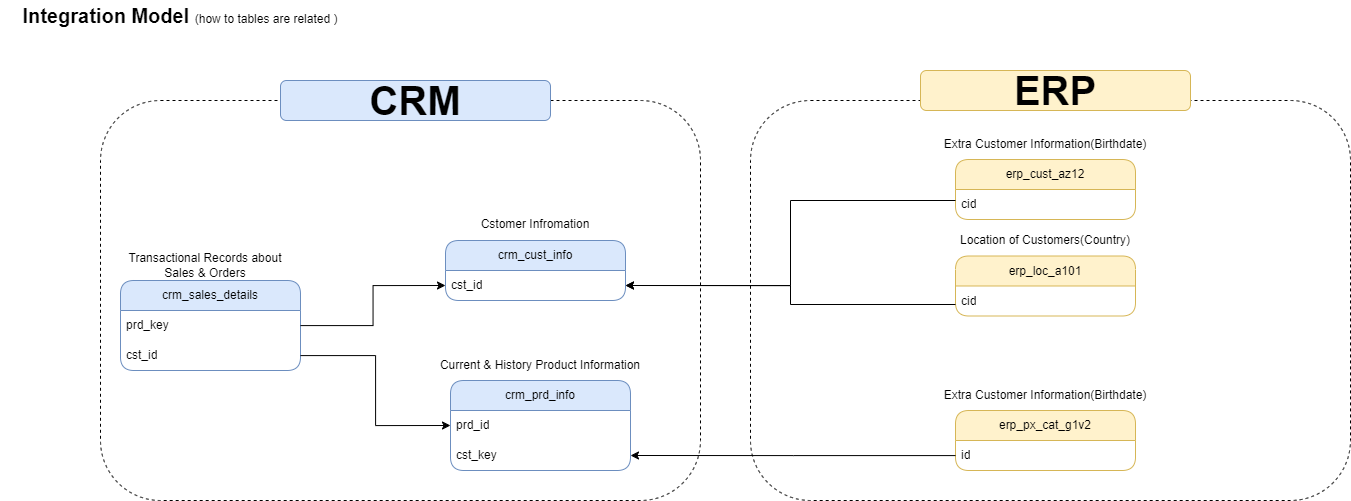
yrehim7/data_warehouse_project keeps this draw.io diagram as desgins/integration model.png. Above is the earlier version. Source tidied: cells renumbered, new cells last; positions are measured from the earlier drawing's top-left corner, leaving out a move shared by most shapes.
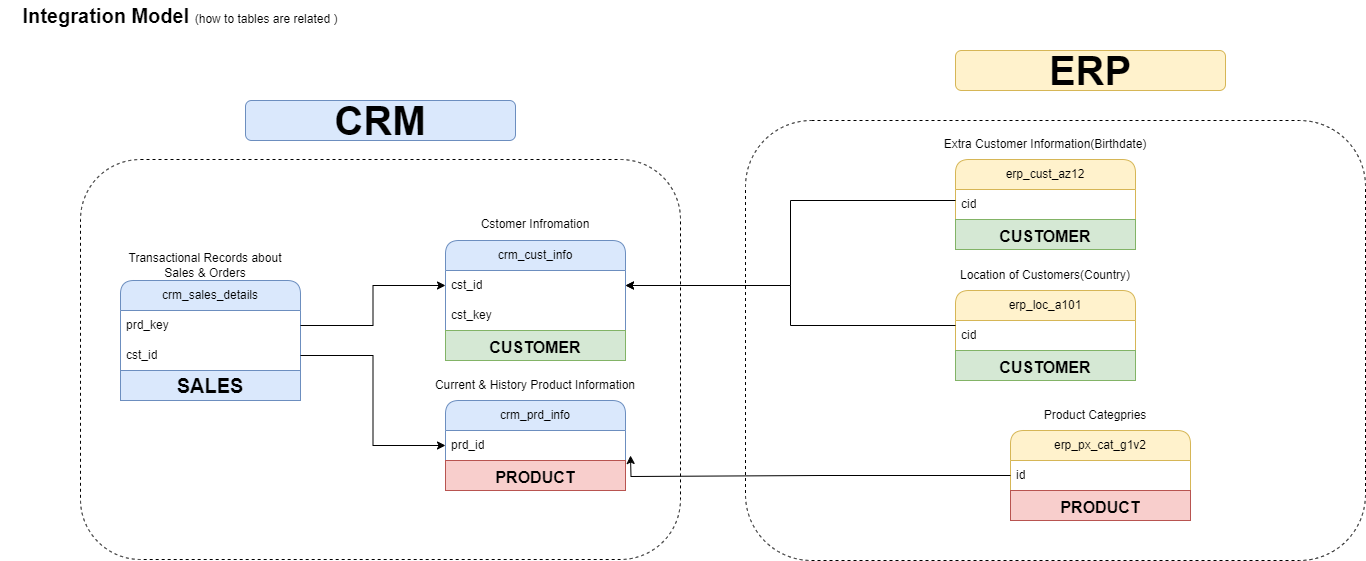
Later version of the same file.

Diff of the diagram source:
```diff
@@ -6,28 +6,34 @@
       <mxGeometry width="360" height="30" as="geometry" />
     </mxCell>
     <mxCell id="3" value="crm_cust_info" style="swimlane;fontStyle=0;horizontal=1;startSize=30;whiteSpace=wrap;html=1;rounded=1;swimlaneLine=1;fillColor=#dae8fc;strokeColor=#6c8ebf;" parent="1" vertex="1">
-      <mxGeometry x="445" y="240" width="180" height="60" as="geometry" />
+      <mxGeometry x="445" y="240" width="180" height="120" as="geometry" />
     </mxCell>
     <mxCell id="4" value="cst_id" style="text;strokeColor=none;fillColor=none;align=left;verticalAlign=middle;spacingLeft=4;spacingRight=4;overflow=hidden;points=[[0,0.5],[1,0.5]];portConstraint=eastwest;whiteSpace=wrap;html=1;" parent="3" vertex="1">
       <mxGeometry y="30" width="180" height="30" as="geometry" />
     </mxCell>
+    <mxCell id="8" value="cst_key" style="text;strokeColor=none;fillColor=none;align=left;verticalAlign=middle;spacingLeft=4;spacingRight=4;overflow=hidden;whiteSpace=wrap;html=1;" parent="3" vertex="1">
+      <mxGeometry y="60" width="180" height="30" as="geometry" />
+    </mxCell>
+    <mxCell id="32" value="&lt;b&gt;&lt;font style=&quot;font-size: 16px;&quot;&gt;CUSTOMER&lt;/font&gt;&lt;/b&gt;" style="text;html=1;strokeColor=#82b366;fillColor=#d5e8d4;align=center;verticalAlign=middle;whiteSpace=wrap;overflow=hidden;fontSize=20;" parent="3" vertex="1">
+      <mxGeometry y="90" width="180" height="30" as="geometry" />
+    </mxCell>
     <mxCell id="5" value="Cstomer Infromation" style="text;html=1;align=center;verticalAlign=middle;whiteSpace=wrap;rounded=0;" parent="1" vertex="1">
       <mxGeometry x="450" y="209" width="170" height="30" as="geometry" />
     </mxCell>
     <mxCell id="6" value="crm_prd_info" style="swimlane;fontStyle=0;horizontal=1;startSize=30;whiteSpace=wrap;html=1;rounded=1;swimlaneLine=1;fillColor=#dae8fc;strokeColor=#6c8ebf;" parent="1" vertex="1">
-      <mxGeometry x="450" y="380" width="180" height="90" as="geometry" />
+      <mxGeometry x="445" y="400" width="180" height="90" as="geometry" />
     </mxCell>
     <mxCell id="7" value="prd_id" style="text;strokeColor=none;fillColor=none;align=left;verticalAlign=middle;spacingLeft=4;spacingRight=4;overflow=hidden;points=[[0,0.5],[1,0.5]];portConstraint=eastwest;whiteSpace=wrap;html=1;" parent="6" vertex="1">
       <mxGeometry y="30" width="180" height="30" as="geometry" />
     </mxCell>
-    <mxCell id="8" value="cst_key" style="text;strokeColor=none;fillColor=none;align=left;verticalAlign=middle;spacingLeft=4;spacingRight=4;overflow=hidden;whiteSpace=wrap;html=1;" parent="6" vertex="1">
-      <mxGeometry y="60" width="180" height="30" as="geometry" />
-    </mxCell>
+    <mxCell id="33" value="&lt;b&gt;&lt;font style=&quot;font-size: 16px;&quot;&gt;PRODUCT&lt;/font&gt;&lt;/b&gt;" style="text;html=1;strokeColor=#b85450;fillColor=#f8cecc;align=center;verticalAlign=middle;whiteSpace=wrap;overflow=hidden;fontSize=20;" parent="6" vertex="1">
+      <mxGeometry y="60" width="180" height="30" as="geometry" />
+    </mxCell>
     <mxCell id="9" value="Current &amp;amp; History Product Information" style="text;html=1;align=center;verticalAlign=middle;whiteSpace=wrap;rounded=0;" parent="1" vertex="1">
-      <mxGeometry x="435" y="350" width="210" height="30" as="geometry" />
+      <mxGeometry x="430" y="370" width="210" height="30" as="geometry" />
     </mxCell>
     <mxCell id="10" value="crm_sales_details" style="swimlane;fontStyle=0;horizontal=1;startSize=30;whiteSpace=wrap;html=1;rounded=1;swimlaneLine=1;fillColor=#dae8fc;strokeColor=#6c8ebf;" parent="1" vertex="1">
-      <mxGeometry x="120" y="280" width="180" height="90" as="geometry" />
+      <mxGeometry x="120" y="280" width="180" height="120" as="geometry" />
     </mxCell>
     <mxCell id="11" value="prd_key" style="text;strokeColor=none;fillColor=none;align=left;verticalAlign=middle;spacingLeft=4;spacingRight=4;overflow=hidden;points=[[0,0.5],[1,0.5]];portConstraint=eastwest;whiteSpace=wrap;html=1;" parent="10" vertex="1">
       <mxGeometry y="30" width="180" height="30" as="geometry" />
@@ -35,6 +41,9 @@
     <mxCell id="12" value="cst_id" style="text;strokeColor=none;fillColor=none;align=left;verticalAlign=middle;spacingLeft=4;spacingRight=4;overflow=hidden;points=[[0,0.5],[1,0.5]];portConstraint=eastwest;whiteSpace=wrap;html=1;" parent="10" vertex="1">
       <mxGeometry y="60" width="180" height="30" as="geometry" />
     </mxCell>
+    <mxCell id="34" value="&lt;b&gt;SALES&lt;/b&gt;" style="text;html=1;strokeColor=#6c8ebf;fillColor=#dae8fc;align=center;verticalAlign=middle;whiteSpace=wrap;overflow=hidden;fontSize=20;" parent="10" vertex="1">
+      <mxGeometry y="90" width="180" height="30" as="geometry" />
+    </mxCell>
     <mxCell id="13" value="Transactional Records about Sales &amp;amp; Orders" style="text;html=1;align=center;verticalAlign=middle;whiteSpace=wrap;rounded=0;" parent="1" vertex="1">
       <mxGeometry x="120" y="250" width="170" height="30" as="geometry" />
     </mxCell>
@@ -45,11 +54,14 @@
       <mxGeometry relative="1" as="geometry" />
     </mxCell>
     <mxCell id="16" value="erp_cust_az12" style="swimlane;fontStyle=0;horizontal=1;startSize=30;whiteSpace=wrap;html=1;rounded=1;swimlaneLine=1;fillColor=#fff2cc;strokeColor=#d6b656;" parent="1" vertex="1">
-      <mxGeometry x="955" y="159" width="180" height="60" as="geometry" />
+      <mxGeometry x="955" y="159" width="180" height="90" as="geometry" />
     </mxCell>
     <mxCell id="17" value="cid" style="text;strokeColor=none;fillColor=none;align=left;verticalAlign=middle;spacingLeft=4;spacingRight=4;overflow=hidden;points=[[0,0.5],[1,0.5]];portConstraint=eastwest;whiteSpace=wrap;html=1;" parent="16" vertex="1">
       <mxGeometry y="30" width="180" height="30" as="geometry" />
     </mxCell>
+    <mxCell id="35" value="&lt;b&gt;&lt;font style=&quot;font-size: 16px;&quot;&gt;CUSTOMER&lt;/font&gt;&lt;/b&gt;" style="text;html=1;strokeColor=#82b366;fillColor=#d5e8d4;align=center;verticalAlign=middle;whiteSpace=wrap;overflow=hidden;fontSize=20;" parent="16" vertex="1">
+      <mxGeometry y="60" width="180" height="30" as="geometry" />
+    </mxCell>
     <mxCell id="18" style="edgeStyle=orthogonalEdgeStyle;rounded=0;jettySize=auto;html=1;entryX=1;entryY=0.5;entryDx=0;entryDy=0;" parent="1" edge="1" source="17" target="4">
       <mxGeometry relative="1" as="geometry">
         <Array as="points">
@@ -62,22 +74,28 @@
       <mxGeometry x="940" y="129" width="210" height="30" as="geometry" />
     </mxCell>
     <mxCell id="20" value="erp_loc_a101" style="swimlane;fontStyle=0;horizontal=1;startSize=30;whiteSpace=wrap;html=1;rounded=1;swimlaneLine=1;fillColor=#fff2cc;strokeColor=#d6b656;" parent="1" vertex="1">
-      <mxGeometry x="955" y="255.5" width="180" height="60" as="geometry" />
+      <mxGeometry x="955" y="290" width="180" height="90" as="geometry" />
     </mxCell>
     <mxCell id="21" value="cid" style="text;strokeColor=none;fillColor=none;align=left;verticalAlign=middle;spacingLeft=4;spacingRight=4;overflow=hidden;points=[[0,0.5],[1,0.5]];portConstraint=eastwest;whiteSpace=wrap;html=1;" parent="20" vertex="1">
       <mxGeometry y="30" width="180" height="30" as="geometry" />
     </mxCell>
+    <mxCell id="36" value="&lt;b&gt;&lt;font style=&quot;font-size: 16px;&quot;&gt;CUSTOMER&lt;/font&gt;&lt;/b&gt;" style="text;html=1;strokeColor=#82b366;fillColor=#d5e8d4;align=center;verticalAlign=middle;whiteSpace=wrap;overflow=hidden;fontSize=20;" parent="20" vertex="1">
+      <mxGeometry y="60" width="180" height="30" as="geometry" />
+    </mxCell>
     <mxCell id="22" value="Location of Customers(Country)" style="text;html=1;align=center;verticalAlign=middle;whiteSpace=wrap;rounded=0;" parent="1" vertex="1">
-      <mxGeometry x="940" y="224.5" width="210" height="30" as="geometry" />
+      <mxGeometry x="940" y="260" width="210" height="30" as="geometry" />
     </mxCell>
     <mxCell id="23" value="erp_px_cat_g1v2" style="swimlane;fontStyle=0;horizontal=1;startSize=30;whiteSpace=wrap;html=1;rounded=1;swimlaneLine=1;fillColor=#fff2cc;strokeColor=#d6b656;" parent="1" vertex="1">
-      <mxGeometry x="955" y="410" width="180" height="60" as="geometry" />
+      <mxGeometry x="1010" y="430" width="180" height="90" as="geometry" />
     </mxCell>
     <mxCell id="24" value="id" style="text;strokeColor=none;fillColor=none;align=left;verticalAlign=middle;spacingLeft=4;spacingRight=4;overflow=hidden;points=[[0,0.5],[1,0.5]];portConstraint=eastwest;whiteSpace=wrap;html=1;" parent="23" vertex="1">
       <mxGeometry y="30" width="180" height="30" as="geometry" />
     </mxCell>
+    <mxCell id="37" value="&lt;b&gt;&lt;font style=&quot;font-size: 16px;&quot;&gt;PRODUCT&lt;/font&gt;&lt;/b&gt;" style="text;html=1;strokeColor=#b85450;fillColor=#f8cecc;align=center;verticalAlign=middle;whiteSpace=wrap;overflow=hidden;fontSize=20;" parent="23" vertex="1">
+      <mxGeometry y="60" width="180" height="30" as="geometry" />
+    </mxCell>
-    <mxCell id="25" value="Extra Customer Information(Birthdate)" style="text;html=1;align=center;verticalAlign=middle;whiteSpace=wrap;rounded=0;" parent="1" vertex="1">
-      <mxGeometry x="940" y="380" width="210" height="30" as="geometry" />
+    <mxCell id="25" value="Product Categpries" style="text;html=1;align=center;verticalAlign=middle;whiteSpace=wrap;rounded=0;" parent="1" vertex="1">
+      <mxGeometry x="990" y="400" width="210" height="30" as="geometry" />
     </mxCell>
     <mxCell id="26" style="edgeStyle=orthogonalEdgeStyle;rounded=0;jettySize=auto;html=1;entryX=1;entryY=0.5;entryDx=0;entryDy=0;" parent="1" edge="1" source="24">
       <mxGeometry relative="1" as="geometry">
@@ -85,24 +103,24 @@
       </mxGeometry>
     </mxCell>
     <mxCell id="27" style="rounded=1;whiteSpace=wrap;html=1;fillColor=none;dashed=1;" parent="1" vertex="1">
-      <mxGeometry x="100" y="100" width="600" height="400" as="geometry" />
+      <mxGeometry x="80" y="159" width="600" height="400" as="geometry" />
     </mxCell>
     <mxCell id="28" value="&lt;font style=&quot;font-size: 40px;&quot;&gt;&lt;b&gt;CRM&lt;/b&gt;&lt;/font&gt;" style="rounded=1;whiteSpace=wrap;html=1;fillColor=#dae8fc;strokeColor=#6c8ebf;" parent="1" vertex="1">
-      <mxGeometry x="280" y="80" width="270" height="40" as="geometry" />
+      <mxGeometry x="245" y="100" width="270" height="40" as="geometry" />
     </mxCell>
     <mxCell id="29" style="edgeStyle=orthogonalEdgeStyle;rounded=0;jettySize=auto;html=1;entryX=1;entryY=0.5;entryDx=0;entryDy=0;" parent="1" edge="1" source="21" target="4">
       <mxGeometry relative="1" as="geometry">
         <Array as="points">
-          <mxPoint x="790" y="304" />
+          <mxPoint x="790" y="325" />
           <mxPoint x="790" y="285" />
         </Array>
       </mxGeometry>
     </mxCell>
     <mxCell id="30" style="rounded=1;whiteSpace=wrap;html=1;fillColor=none;dashed=1;" parent="1" vertex="1">
-      <mxGeometry x="750" y="100" width="600" height="400" as="geometry" />
+      <mxGeometry x="745" y="120" width="620" height="440" as="geometry" />
     </mxCell>
     <mxCell id="31" value="&lt;font style=&quot;font-size: 40px;&quot;&gt;&lt;b&gt;ERP&lt;/b&gt;&lt;/font&gt;" style="rounded=1;whiteSpace=wrap;html=1;fillColor=#fff2cc;strokeColor=#d6b656;" parent="1" vertex="1">
-      <mxGeometry x="920" y="70" width="270" height="40" as="geometry" />
+      <mxGeometry x="955" y="50" width="270" height="40" as="geometry" />
     </mxCell>
   </root>
 </mxGraphModel>
```
